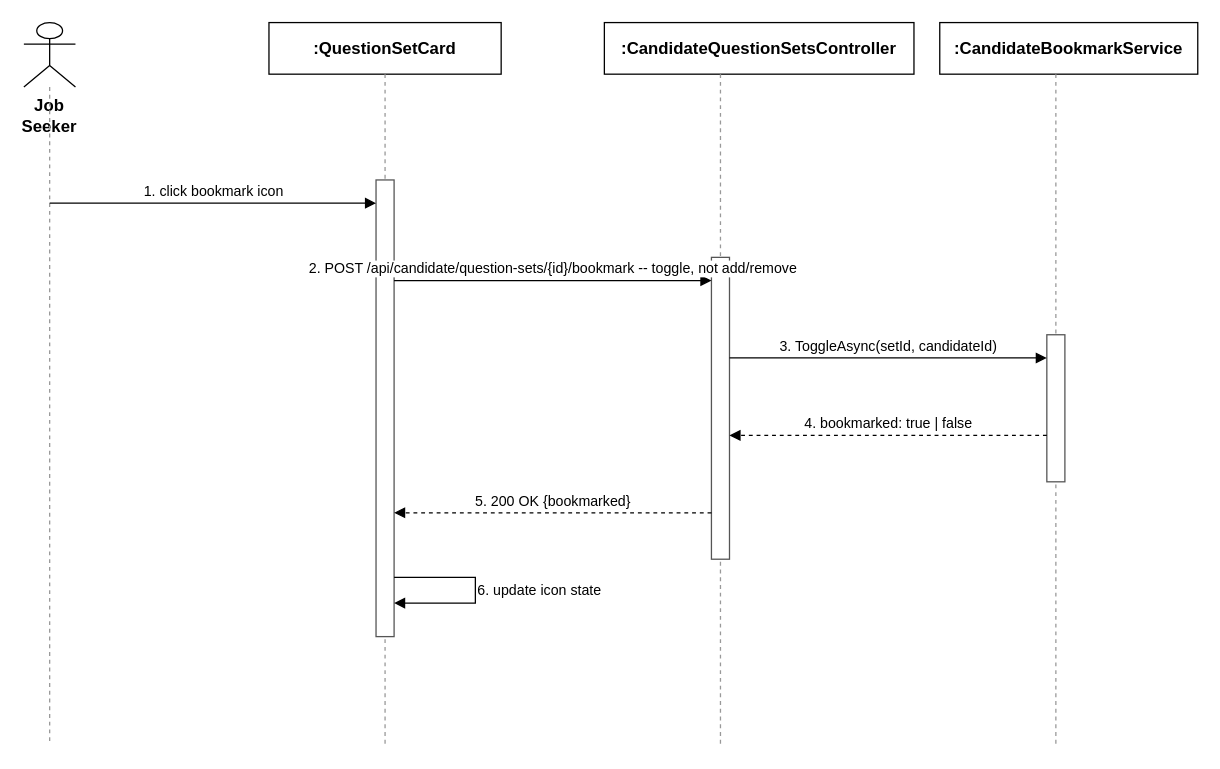
The draw.io diagram docs/qa/Tu_SequenceDiagram/04_Bookmark_or_Unbookmark_Question_Set.drawio in tulklk/AI_Interview_Question_Generation_RAG_LLM_FE, before the edit. Source tidied: cells renumbered, new cells numbered last; positions are measured from the earlier drawing's top-left corner, leaving out a move shared by most shapes. Both pictures are drawn from the tidied source at 129%, with x=0, y=0 at pixel (23, 22).
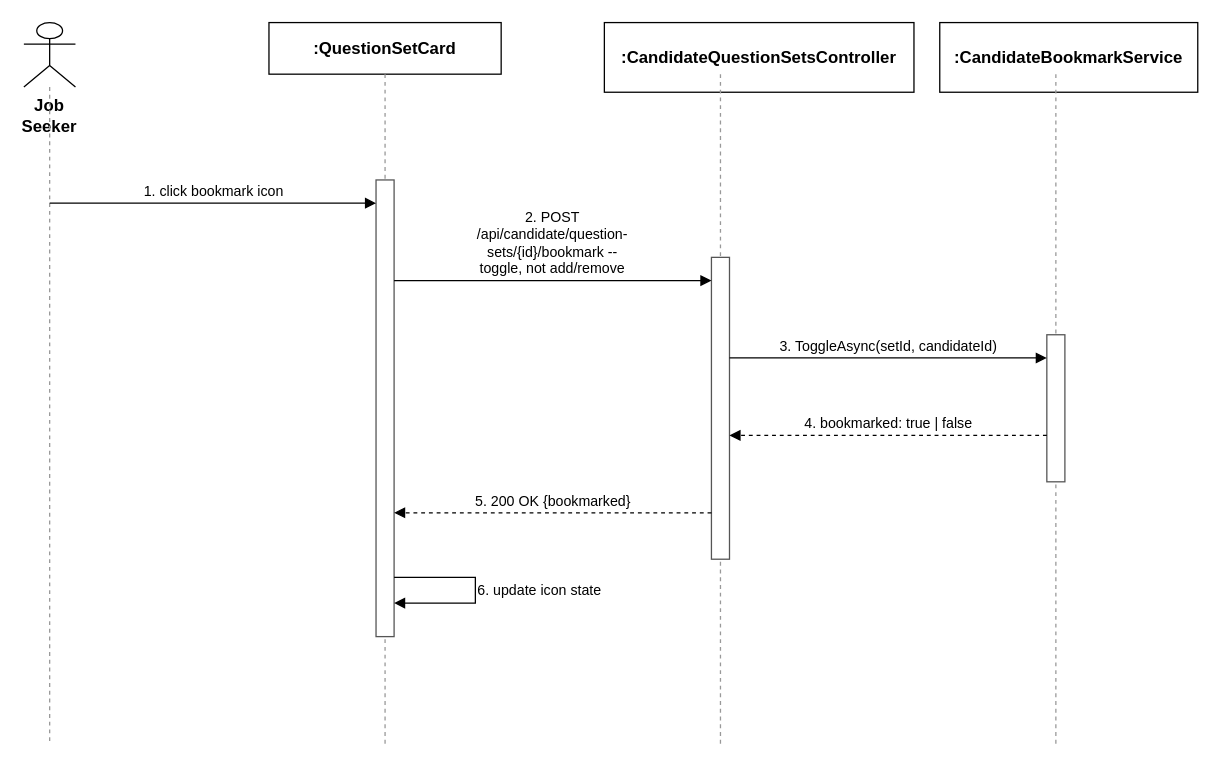
The same diagram, later.

What changed in the source:
```diff
@@
     <mxCell id="6" value=":CandidateQuestionSetsController" style="rounded=0;whiteSpace=wrap;html=1;fontSize=13;fillColor=#ffffff;strokeColor=#000000;fontStyle=1;" parent="1" vertex="1">
-      <mxGeometry x="450" width="240" height="40" as="geometry" />
+      <mxGeometry x="450" width="240" height="54" as="geometry" />
     </mxCell>
@@
     <mxCell id="8" value=":CandidateBookmarkService" style="rounded=0;whiteSpace=wrap;html=1;fontSize=13;fillColor=#ffffff;strokeColor=#000000;fontStyle=1;" parent="1" vertex="1">
-      <mxGeometry x="710" width="200" height="40" as="geometry" />
+      <mxGeometry x="710" width="200" height="54" as="geometry" />
     </mxCell>
@@
-    <mxCell id="14" value="2. POST /api/candidate/question-sets/{id}/bookmark  -- toggle, not add/remove" style="endArrow=block;endFill=1;html=1;fontSize=11;align=center;verticalAlign=bottom;labelBackgroundColor=#ffffff;strokeColor=#000000;" parent="1" edge="1">
+    <mxCell id="14" value="2. POST /api/candidate/question-sets/{id}/bookmark  -- toggle, not add/remove" style="endArrow=block;endFill=1;html=1;whiteSpace=wrap;fontSize=11;align=center;verticalAlign=bottom;labelBackgroundColor=#ffffff;strokeColor=#000000;" parent="1" edge="1">
       <mxGeometry relative="1" as="geometry">
         <mxPoint x="287" y="200" as="sourcePoint" />
         <mxPoint x="533" y="200" as="targetPoint" />
       </mxGeometry>
     </mxCell>
```
